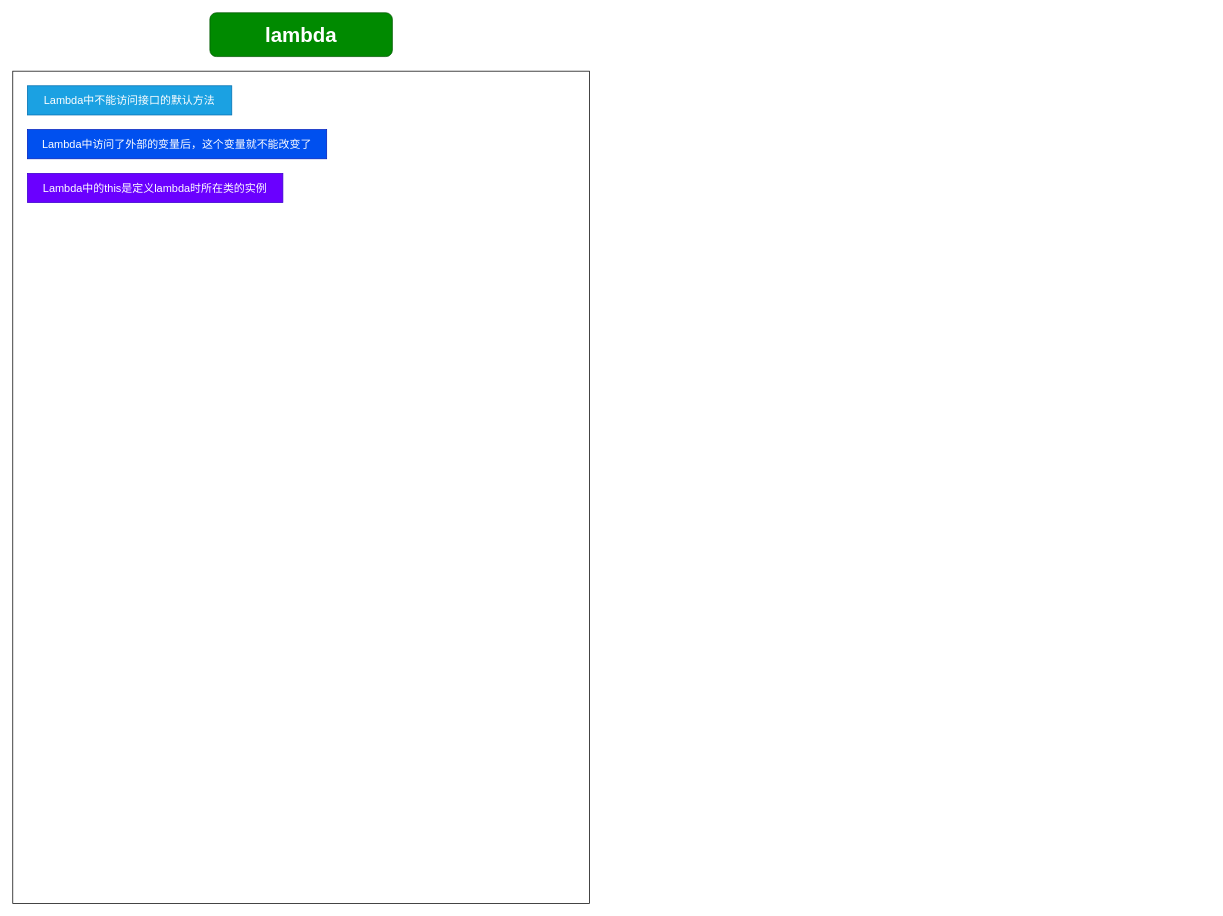
Above: java知识点.drawio in Eudora-Bessie/AutoApiSR (draw.io), before the change. Source tidied: cells renumbered, new cells numbered last; positions are measured from the earlier drawing's top-left corner, leaving out a move shared by most shapes. Both pictures are drawn from the tidied source at 73%, with x=0, y=0 at pixel (12, 12).
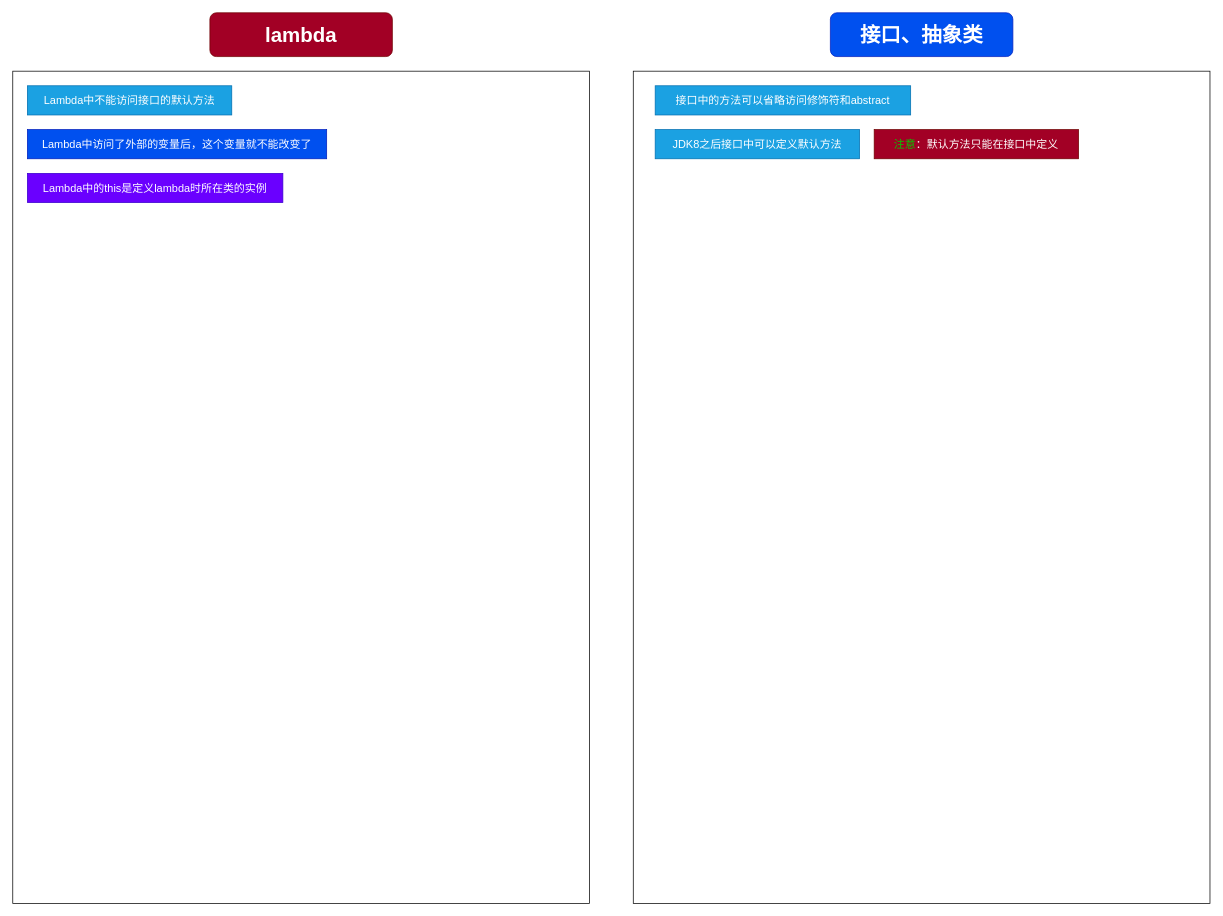
Above is the later version.

Commit message (it also covers changes not shown here):
更新java知识点.drawio

The edit, as a diff of the source:
```diff
@@
 <mxGraphModel>
   <root>
     <mxCell id="0" />
     <mxCell id="1" parent="0" />
-    <mxCell id="2" value="&lt;h1 class=&quot;title-article&quot; id=&quot;articleContentId&quot; style=&quot;box-sizing: border-box ; outline: 0px ; margin: 0px ; padding: 0px ; font-family: &amp;#34;pingfang sc&amp;#34; , &amp;#34;microsoft yahei&amp;#34; , &amp;#34;simhei&amp;#34; , &amp;#34;arial&amp;#34; , &amp;#34;simsun&amp;#34; ; font-size: 28px ; overflow-wrap: break-word ; word-break: break-all&quot;&gt;&lt;font color=&quot;#ffffff&quot;&gt;lambda&lt;/font&gt;&lt;/h1&gt;" style="rounded=1;whiteSpace=wrap;html=1;fillColor=#008a00;strokeColor=#005700;fontColor=#ffffff;" parent="1" vertex="1">
+    <mxCell id="2" value="&lt;h1 class=&quot;title-article&quot; id=&quot;articleContentId&quot; style=&quot;box-sizing: border-box ; outline: 0px ; margin: 0px ; padding: 0px ; font-family: &amp;#34;pingfang sc&amp;#34; , &amp;#34;microsoft yahei&amp;#34; , &amp;#34;simhei&amp;#34; , &amp;#34;arial&amp;#34; , &amp;#34;simsun&amp;#34; ; font-size: 28px ; overflow-wrap: break-word ; word-break: break-all&quot;&gt;&lt;font color=&quot;#ffffff&quot;&gt;lambda&lt;/font&gt;&lt;/h1&gt;" style="rounded=1;whiteSpace=wrap;html=1;fillColor=#a20025;strokeColor=#6F0000;fontColor=#ffffff;" parent="1" vertex="1">
       <mxGeometry x="270" width="250" height="60" as="geometry" />
     </mxCell>
     <mxCell id="3" style="whiteSpace=wrap;html=1;" parent="1" vertex="1">
       <mxGeometry y="80" width="790" height="1140" as="geometry" />
     </mxCell>
     <mxCell id="4" value="Lambda中不能访问接口的默认方法" style="text;html=1;strokeColor=#006EAF;fillColor=#1ba1e2;align=center;verticalAlign=middle;whiteSpace=wrap;rounded=0;fontSize=15;fontColor=#ffffff;" parent="1" vertex="1">
       <mxGeometry x="20" y="100" width="280" height="40" as="geometry" />
     </mxCell>
     <mxCell id="5" value="Lambda中访问了外部的变量后，这个变量就不能改变了" style="text;html=1;strokeColor=#001DBC;fillColor=#0050ef;align=center;verticalAlign=middle;whiteSpace=wrap;rounded=0;fontSize=15;fontColor=#ffffff;" parent="1" vertex="1">
       <mxGeometry x="20" y="160" width="410" height="40" as="geometry" />
     </mxCell>
     <mxCell id="6" value="Lambda中的this是定义lambda时所在类的实例" style="text;html=1;strokeColor=#3700CC;fillColor=#6a00ff;align=center;verticalAlign=middle;whiteSpace=wrap;rounded=0;fontSize=15;fontColor=#ffffff;" parent="1" vertex="1">
       <mxGeometry x="20" y="220" width="350" height="40" as="geometry" />
     </mxCell>
+    <mxCell id="7" style="whiteSpace=wrap;html=1;" parent="1" vertex="1">
+      <mxGeometry x="850" y="80" width="790" height="1140" as="geometry" />
+    </mxCell>
+    <mxCell id="8" value="&lt;h1 class=&quot;title-article&quot; id=&quot;articleContentId&quot; style=&quot;box-sizing: border-box ; outline: 0px ; margin: 0px ; padding: 0px ; font-family: &amp;#34;pingfang sc&amp;#34; , &amp;#34;microsoft yahei&amp;#34; , &amp;#34;simhei&amp;#34; , &amp;#34;arial&amp;#34; , &amp;#34;simsun&amp;#34; ; font-size: 28px ; overflow-wrap: break-word ; word-break: break-all&quot;&gt;&lt;font color=&quot;#ffffff&quot;&gt;接口、抽象类&lt;/font&gt;&lt;/h1&gt;" style="rounded=1;whiteSpace=wrap;html=1;fillColor=#0050ef;strokeColor=#001DBC;fontColor=#ffffff;" parent="1" vertex="1">
+      <mxGeometry x="1120" width="250" height="60" as="geometry" />
+    </mxCell>
+    <mxCell id="9" value="接口中的方法可以省略访问修饰符和abstract" style="text;html=1;strokeColor=#006EAF;fillColor=#1ba1e2;align=center;verticalAlign=middle;whiteSpace=wrap;rounded=0;fontSize=15;fontColor=#ffffff;fontFamily=Helvetica;" parent="1" vertex="1">
+      <mxGeometry x="880" y="100" width="350" height="40" as="geometry" />
+    </mxCell>
+    <mxCell id="10" value="JDK8之后接口中可以定义默认方法" style="text;html=1;strokeColor=#006EAF;fillColor=#1ba1e2;align=center;verticalAlign=middle;whiteSpace=wrap;rounded=0;fontSize=15;fontColor=#ffffff;fontFamily=Helvetica;" parent="1" vertex="1">
+      <mxGeometry x="880" y="160" width="280" height="40" as="geometry" />
+    </mxCell>
+    <mxCell id="11" value="&lt;font color=&quot;#00cc00&quot;&gt;注意&lt;/font&gt;：默认方法只能在接口中定义" style="text;html=1;strokeColor=#6F0000;fillColor=#a20025;align=center;verticalAlign=middle;whiteSpace=wrap;rounded=0;fontSize=15;fontColor=#ffffff;fontFamily=Helvetica;" parent="1" vertex="1">
+      <mxGeometry x="1180" y="160" width="280" height="40" as="geometry" />
+    </mxCell>
   </root>
 </mxGraphModel>
```
